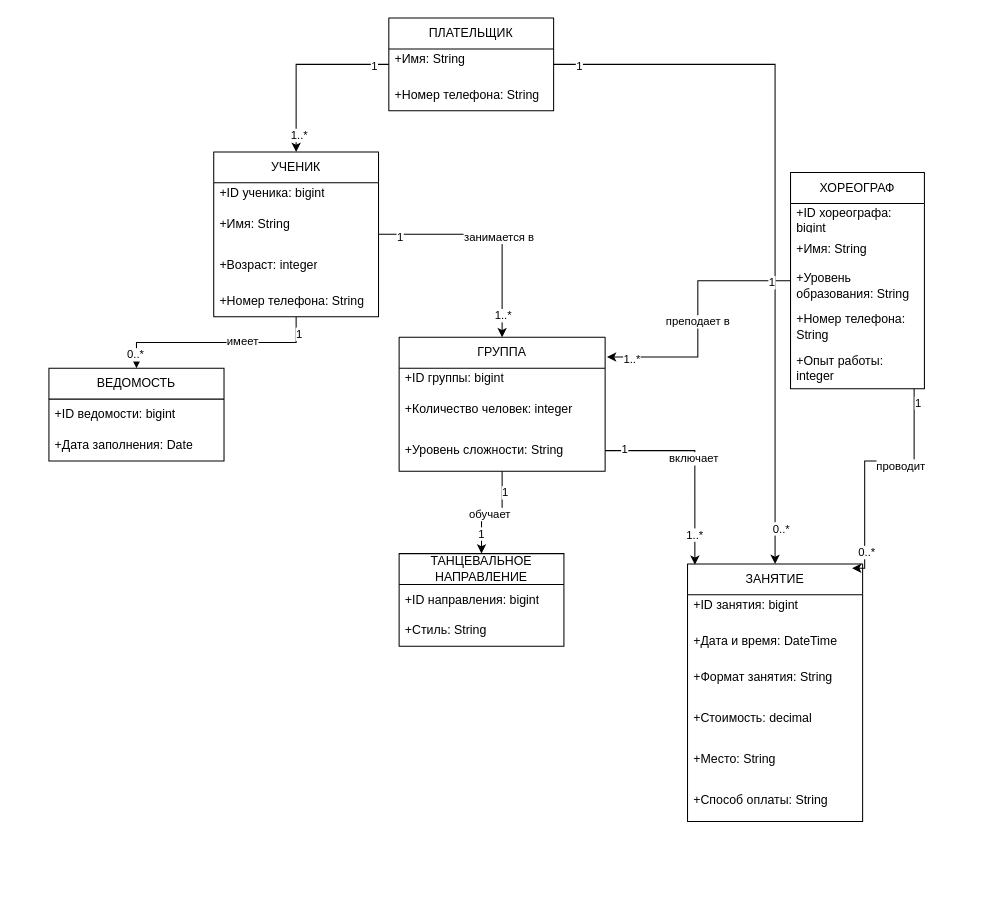
Before: Диаграмма без названия.drawio in natflii/datamanegement, a draw.io diagram. Source tidied: cells renumbered, new cells numbered last; positions are measured from the earlier drawing's top-left corner, leaving out a move shared by most shapes. Both pictures are drawn from the tidied source at 103%, with x=0, y=0 at pixel (48, 18).
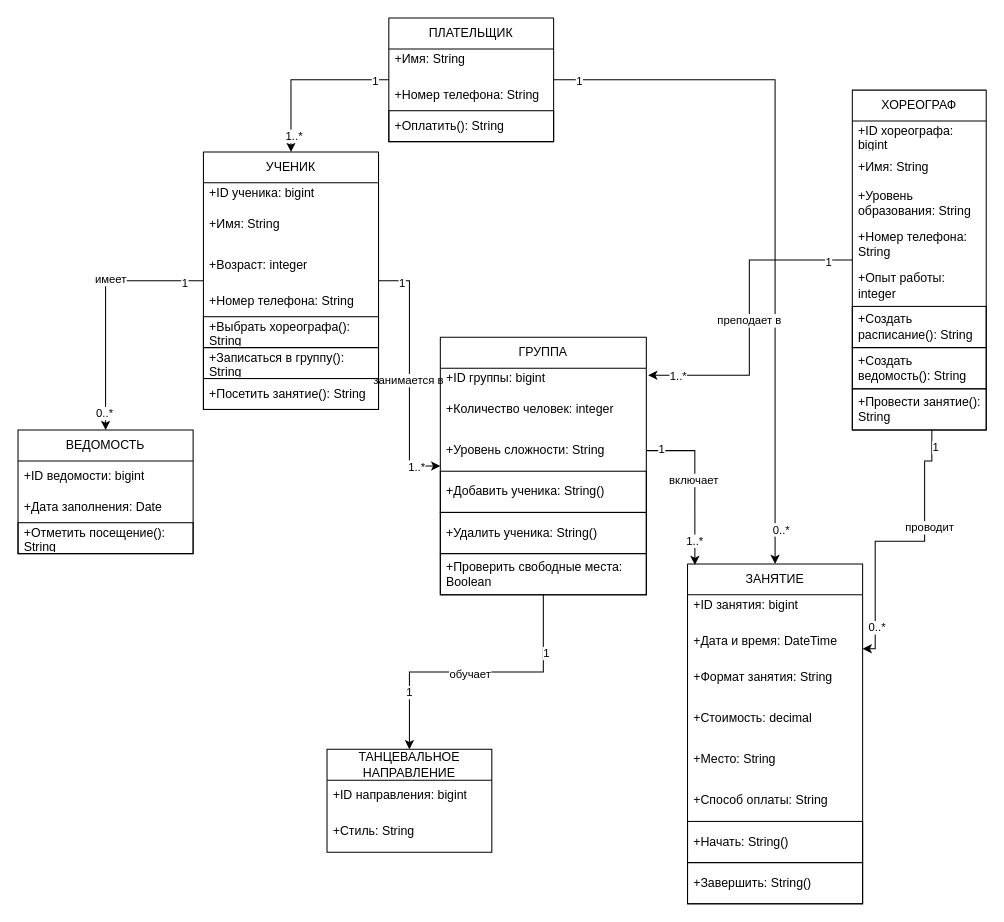
Above is the later version.

The change refers to these unchanged cells:
```xml
<mxCell id="50" value="+Опыт работы: integer" style="text;strokeColor=none;fillColor=none;align=left;verticalAlign=middle;spacingLeft=4;spacingRight=4;overflow=hidden;points=[[0,0.5],[1,0.5]];portConstraint=eastwest;whiteSpace=wrap;html=1;" parent="45" vertex="1">
  <mxGeometry y="170" width="130" height="40" as="geometry" />
</mxCell>
```

What changed in the source:
```diff
@@
-    <mxCell id="10" value="УЧЕНИК" style="swimlane;fontStyle=0;horizontal=1;startSize=30;whiteSpace=wrap;html=1;miterlimit=5;arcSize=15;linejoin=round;absoluteArcSize=0;" parent="1" vertex="1">
-      <mxGeometry x="160" y="130" width="160" height="160" as="geometry" />
+    <mxCell id="10" value="УЧЕНИК" style="swimlane;fontStyle=0;horizontal=1;startSize=30;whiteSpace=wrap;html=1;miterlimit=5;arcSize=15;linejoin=round;absoluteArcSize=0;strokeColor=default;" parent="1" vertex="1">
+      <mxGeometry x="150" y="130" width="170" height="250" as="geometry" />
     </mxCell>
     <mxCell id="11" value="+ID ученика: bigint&lt;div&gt;&lt;br&gt;&lt;/div&gt;" style="text;strokeColor=none;fillColor=none;align=left;verticalAlign=middle;spacingLeft=4;spacingRight=4;overflow=hidden;whiteSpace=wrap;html=1;" parent="10" vertex="1">
-      <mxGeometry y="30" width="160" height="30" as="geometry" />
+      <mxGeometry y="30" width="170" height="30" as="geometry" />
     </mxCell>
     <mxCell id="12" value="+Имя: String&lt;div&gt;&lt;br&gt;&lt;/div&gt;" style="text;strokeColor=none;fillColor=none;align=left;verticalAlign=middle;spacingLeft=4;spacingRight=4;overflow=hidden;whiteSpace=wrap;html=1;" parent="10" vertex="1">
-      <mxGeometry y="60" width="160" height="30" as="geometry" />
+      <mxGeometry y="60" width="170" height="30" as="geometry" />
     </mxCell>
     <mxCell id="13" value="+Возраст: integer" style="text;strokeColor=none;fillColor=none;align=left;verticalAlign=middle;spacingLeft=4;spacingRight=4;overflow=hidden;whiteSpace=wrap;html=1;" parent="10" vertex="1">
-      <mxGeometry y="90" width="160" height="40" as="geometry" />
+      <mxGeometry y="90" width="170" height="40" as="geometry" />
     </mxCell>
     <mxCell id="14" value="+Номер телефона: String" style="text;strokeColor=none;fillColor=none;align=left;verticalAlign=middle;spacingLeft=4;spacingRight=4;overflow=hidden;whiteSpace=wrap;html=1;" parent="10" vertex="1">
-      <mxGeometry y="130" width="160" height="30" as="geometry" />
+      <mxGeometry y="130" width="170" height="30" as="geometry" />
     </mxCell>
+    <mxCell id="63" value="+Выбрать хореографа(): String" style="text;strokeColor=default;fillColor=none;align=left;verticalAlign=middle;spacingLeft=4;spacingRight=4;overflow=hidden;whiteSpace=wrap;html=1;" parent="10" vertex="1">
+      <mxGeometry y="160" width="170" height="30" as="geometry" />
+    </mxCell>
+    <mxCell id="64" value="+Записаться в группу(): String" style="text;strokeColor=default;fillColor=none;align=left;verticalAlign=middle;spacingLeft=4;spacingRight=4;overflow=hidden;whiteSpace=wrap;html=1;" parent="10" vertex="1">
+      <mxGeometry y="190" width="170" height="30" as="geometry" />
+    </mxCell>
+    <mxCell id="65" value="+Посетить занятие(): String" style="text;strokeColor=default;fillColor=none;align=left;verticalAlign=middle;spacingLeft=4;spacingRight=4;overflow=hidden;whiteSpace=wrap;html=1;" parent="10" vertex="1">
+      <mxGeometry y="220" width="170" height="30" as="geometry" />
+    </mxCell>
@@
     <mxCell id="21" value="ПЛАТЕЛЬЩИК" style="swimlane;fontStyle=0;horizontal=1;startSize=30;whiteSpace=wrap;html=1;miterlimit=5;arcSize=15;linejoin=round;absoluteArcSize=0;" parent="1" vertex="1">
-      <mxGeometry x="330" width="160" height="90" as="geometry" />
+      <mxGeometry x="330" width="160" height="120" as="geometry" />
     </mxCell>
@@
+    <mxCell id="66" value="+Оплатить(): String" style="text;strokeColor=default;fillColor=none;align=left;verticalAlign=middle;spacingLeft=4;spacingRight=4;overflow=hidden;whiteSpace=wrap;html=1;" parent="21" vertex="1">
+      <mxGeometry y="90" width="160" height="30" as="geometry" />
+    </mxCell>
     <mxCell id="24" value="ВЕДОМОСТЬ" style="swimlane;fontStyle=0;horizontal=1;startSize=30;whiteSpace=wrap;html=1;" parent="1" vertex="1">
-      <mxGeometry y="340" width="170" height="90" as="geometry" />
+      <mxGeometry x="-30" y="400" width="170" height="120" as="geometry" />
     </mxCell>
@@
+    <mxCell id="67" value="+Отметить посещение(): String" style="text;strokeColor=default;fillColor=none;align=left;verticalAlign=middle;spacingLeft=4;spacingRight=4;overflow=hidden;whiteSpace=wrap;html=1;" parent="24" vertex="1">
+      <mxGeometry y="90" width="170" height="30" as="geometry" />
+    </mxCell>
@@
     <mxCell id="31" value="ГРУППА" style="swimlane;fontStyle=0;horizontal=1;startSize=30;whiteSpace=wrap;html=1;miterlimit=5;arcSize=15;linejoin=round;absoluteArcSize=0;" parent="1" vertex="1">
-      <mxGeometry x="340" y="310" width="200" height="130" as="geometry" />
+      <mxGeometry x="380" y="310" width="200" height="250" as="geometry" />
     </mxCell>
@@
+    <mxCell id="68" value="+Добавить ученика: String()" style="text;strokeColor=default;fillColor=none;align=left;verticalAlign=middle;spacingLeft=4;spacingRight=4;overflow=hidden;whiteSpace=wrap;html=1;" parent="31" vertex="1">
+      <mxGeometry y="130" width="200" height="40" as="geometry" />
+    </mxCell>
+    <mxCell id="69" value="+Удалить ученика: String()" style="text;strokeColor=default;fillColor=none;align=left;verticalAlign=middle;spacingLeft=4;spacingRight=4;overflow=hidden;whiteSpace=wrap;html=1;" parent="31" vertex="1">
+      <mxGeometry y="170" width="200" height="40" as="geometry" />
+    </mxCell>
+    <mxCell id="70" value="+Проверить свободные места: Boolean" style="text;strokeColor=default;fillColor=none;align=left;verticalAlign=middle;spacingLeft=4;spacingRight=4;overflow=hidden;whiteSpace=wrap;html=1;" parent="31" vertex="1">
+      <mxGeometry y="210" width="200" height="40" as="geometry" />
+    </mxCell>
     <mxCell id="35" value="ТАНЦЕВАЛЬНОЕ НАПРАВЛЕНИЕ" style="swimlane;fontStyle=0;horizontal=1;startSize=30;whiteSpace=wrap;html=1;" parent="1" vertex="1">
-      <mxGeometry x="340" y="520" width="160" height="90" as="geometry" />
+      <mxGeometry x="270" y="710" width="160" height="100" as="geometry" />
     </mxCell>
@@
     <mxCell id="37" value="+Стиль: String" style="text;strokeColor=none;fillColor=none;align=left;verticalAlign=middle;spacingLeft=4;spacingRight=4;overflow=hidden;whiteSpace=wrap;html=1;" parent="35" vertex="1">
-      <mxGeometry y="60" width="160" height="30" as="geometry" />
+      <mxGeometry y="60" width="160" height="40" as="geometry" />
     </mxCell>
     <mxCell id="38" value="ЗАНЯТИЕ" style="swimlane;fontStyle=0;horizontal=1;startSize=30;whiteSpace=wrap;html=1;miterlimit=5;arcSize=15;linejoin=round;absoluteArcSize=0;" parent="1" vertex="1">
-      <mxGeometry x="620" y="530" width="170" height="250" as="geometry" />
+      <mxGeometry x="620" y="530" width="170" height="330" as="geometry" />
     </mxCell>
@@
+    <mxCell id="71" value="+Начать: String()" style="text;strokeColor=default;fillColor=none;align=left;verticalAlign=middle;spacingLeft=4;spacingRight=4;overflow=hidden;whiteSpace=wrap;html=1;" parent="38" vertex="1">
+      <mxGeometry y="250" width="170" height="40" as="geometry" />
+    </mxCell>
+    <mxCell id="72" value="+Завершить: String()" style="text;strokeColor=default;fillColor=none;align=left;verticalAlign=middle;spacingLeft=4;spacingRight=4;overflow=hidden;whiteSpace=wrap;html=1;" parent="38" vertex="1">
+      <mxGeometry y="290" width="170" height="40" as="geometry" />
+    </mxCell>
     <mxCell id="45" value="ХОРЕОГРАФ" style="swimlane;fontStyle=0;horizontal=1;startSize=30;whiteSpace=wrap;html=1;miterlimit=5;arcSize=15;linejoin=round;absoluteArcSize=0;" parent="1" vertex="1">
-      <mxGeometry x="720" y="150" width="130" height="210" as="geometry" />
+      <mxGeometry x="780" y="70" width="130" height="330" as="geometry" />
     </mxCell>
@@
+    <mxCell id="73" value="+Создать расписание(): String" style="text;strokeColor=default;fillColor=none;align=left;verticalAlign=middle;spacingLeft=4;spacingRight=4;overflow=hidden;whiteSpace=wrap;html=1;" parent="45" vertex="1">
+      <mxGeometry y="210" width="130" height="40" as="geometry" />
+    </mxCell>
+    <mxCell id="74" value="+Создать ведомость(): String" style="text;strokeColor=default;fillColor=none;align=left;verticalAlign=middle;spacingLeft=4;spacingRight=4;overflow=hidden;whiteSpace=wrap;html=1;" parent="45" vertex="1">
+      <mxGeometry y="250" width="130" height="40" as="geometry" />
+    </mxCell>
+    <mxCell id="75" value="+Провести занятие(): String" style="text;strokeColor=default;fillColor=none;align=left;verticalAlign=middle;spacingLeft=4;spacingRight=4;overflow=hidden;whiteSpace=wrap;html=1;" parent="45" vertex="1">
+      <mxGeometry y="290" width="130" height="40" as="geometry" />
+    </mxCell>
@@
-    <mxCell id="55" style="edgeStyle=orthogonalEdgeStyle;rounded=0;jettySize=auto;html=1;entryX=0.94;entryY=0.017;entryDx=0;entryDy=0;entryPerimeter=0;" parent="1" edge="1" source="50" target="38">
+    <mxCell id="55" style="edgeStyle=orthogonalEdgeStyle;rounded=0;orthogonalLoop=1;jettySize=auto;html=1;entryX=0.94;entryY=0.017;entryDx=0;entryDy=0;entryPerimeter=0;exitX=0.515;exitY=1.049;exitDx=0;exitDy=0;exitPerimeter=0;" parent="1" edge="1">
       <mxGeometry relative="1" as="geometry">
+        <mxPoint x="857.2" y="400" as="sourcePoint" />
+        <mxPoint x="790" y="612.3" as="targetPoint" />
         <Array as="points">
-          <mxPoint x="840" y="430" />
-          <mxPoint x="792" y="430" />
-          <mxPoint x="792" y="534" />
+          <mxPoint x="850.2" y="430" />
+          <mxPoint x="850.2" y="508" />
+          <mxPoint x="802.2" y="508" />
+          <mxPoint x="802.2" y="612" />
         </Array>
       </mxGeometry>
     </mxCell>
```
